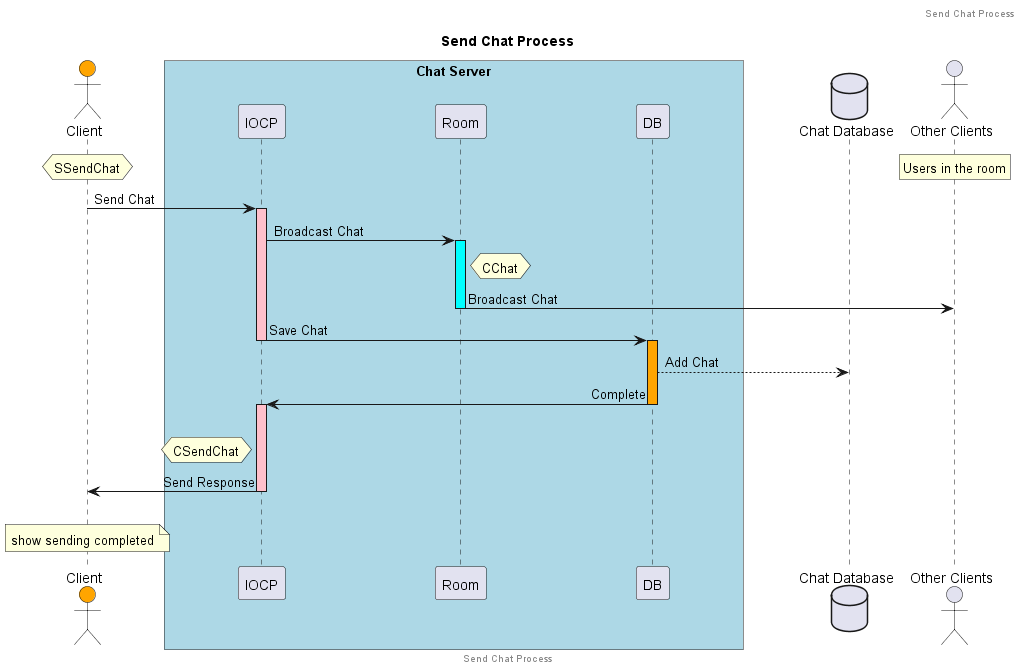
minttea25/Chat keeps this PlantUML diagram as Common/Sequence Diagrams/Send Chat Process.png. Above is the earlier version.
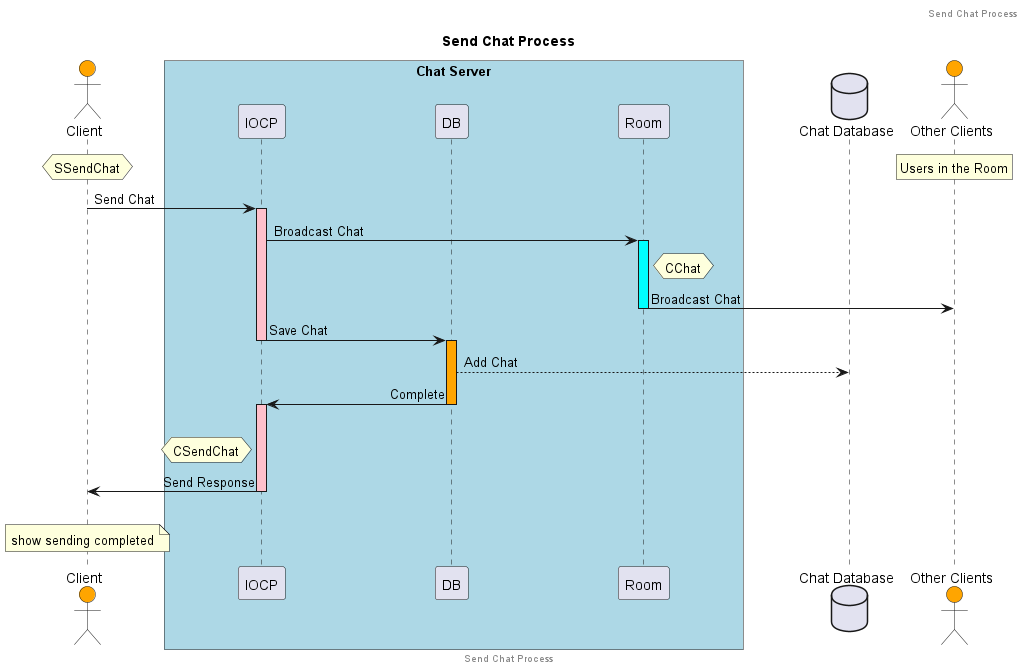
After the commit.

What changed in the source:
```diff
@@ -11,14 +11,14 @@
 actor "Client" as C order 0 #Orange
 box "Chat Server" #LightBlue
 participant "IOCP" as I order 1
-participant "Room" as R order 2
-participant "DB" as DB order 3
+participant "Room" as R order 3
+participant "DB" as DB order 2
 endbox
 database "Chat Database" as CDB order 4
-actor "Other Clients" as OC order 5
+actor "Other Clients" as OC order 5 #Orange
 
 hnote over C : SSendChat
-/rnote over OC : Users in the room
+/rnote over OC : Users in the Room
 C -> I : Send Chat
 activate I #Pink
 I -> R : Broadcast Chat
```
